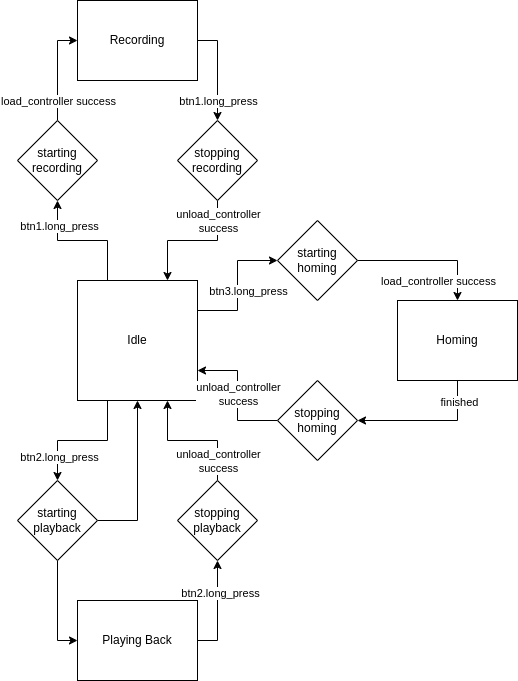
jellehierck/nakama_franka_ros2_cpp keeps this draw.io diagram as nakama_franka_interaction_buttons/state machine.drawio.png. Above is the earlier version. Source tidied: cells renumbered, new cells last; positions are measured from the earlier drawing's top-left corner, leaving out a move shared by most shapes.
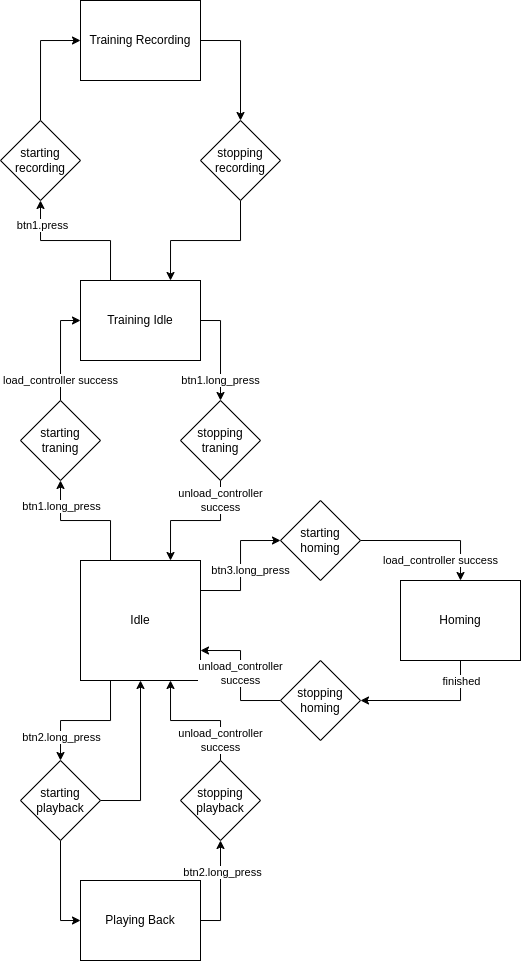
The same file after the commit.

Commit message:
Added state machine(ish) to bag recorder manager

Diff of the diagram source:
```diff
@@ -33,7 +33,13 @@
         <mxPoint y="17" as="offset" />
       </mxGeometry>
     </mxCell>
+    <mxCell id="36" style="edgeStyle=orthogonalEdgeStyle;rounded=0;jettySize=auto;html=1;exitX=0.25;exitY=0;exitDx=0;exitDy=0;entryX=0.5;entryY=1;entryDx=0;entryDy=0;" parent="1" edge="1" source="11" target="41">
+      <mxGeometry relative="1" as="geometry" />
+    </mxCell>
+    <mxCell id="37" value="btn1.press" style="edgeLabel;html=1;align=center;verticalAlign=middle;" parent="36" vertex="1">
+      <mxGeometry x="0.67" y="-2" relative="1" as="geometry" />
+    </mxCell>
-    <mxCell id="11" value="Recording" style="rounded=0;whiteSpace=wrap;html=1;" parent="1" vertex="1">
+    <mxCell id="11" value="Training Idle" style="rounded=0;whiteSpace=wrap;html=1;" parent="1" vertex="1">
       <mxGeometry x="60" width="120" height="80" as="geometry" />
     </mxCell>
     <mxCell id="12" style="edgeStyle=orthogonalEdgeStyle;rounded=0;jettySize=auto;html=1;exitX=0.5;exitY=1;exitDx=0;exitDy=0;entryX=1;entryY=0.5;entryDx=0;entryDy=0;" parent="1" edge="1" source="14" target="35">
@@ -62,7 +68,7 @@
         <mxPoint x="-5" as="offset" />
       </mxGeometry>
     </mxCell>
-    <mxCell id="20" value="starting&lt;div&gt;recording&lt;/div&gt;" style="rhombus;whiteSpace=wrap;html=1;" parent="1" vertex="1">
+    <mxCell id="20" value="starting&lt;div&gt;traning&lt;/div&gt;" style="rhombus;whiteSpace=wrap;html=1;" parent="1" vertex="1">
       <mxGeometry y="120" width="80" height="80" as="geometry" />
     </mxCell>
     <mxCell id="21" style="edgeStyle=orthogonalEdgeStyle;rounded=0;jettySize=auto;html=1;exitX=0.5;exitY=1;exitDx=0;exitDy=0;entryX=0.75;entryY=0;entryDx=0;entryDy=0;" parent="1" edge="1" source="23" target="8">
@@ -73,7 +79,7 @@
         <mxPoint x="1" y="8" as="offset" />
       </mxGeometry>
     </mxCell>
-    <mxCell id="23" value="stopping&lt;div&gt;recording&lt;/div&gt;" style="rhombus;whiteSpace=wrap;html=1;" parent="1" vertex="1">
+    <mxCell id="23" value="stopping&lt;div&gt;traning&lt;/div&gt;" style="rhombus;whiteSpace=wrap;html=1;" parent="1" vertex="1">
       <mxGeometry x="160" y="120" width="80" height="80" as="geometry" />
     </mxCell>
     <mxCell id="24" style="edgeStyle=orthogonalEdgeStyle;rounded=0;jettySize=auto;html=1;exitX=0.5;exitY=1;exitDx=0;exitDy=0;entryX=0;entryY=0.5;entryDx=0;entryDy=0;" parent="1" edge="1" source="26" target="17">
@@ -118,5 +124,23 @@
     <mxCell id="35" value="stopping&lt;div&gt;homing&lt;/div&gt;" style="rhombus;whiteSpace=wrap;html=1;" parent="1" vertex="1">
       <mxGeometry x="260" y="380" width="80" height="80" as="geometry" />
     </mxCell>
+    <mxCell id="38" style="edgeStyle=orthogonalEdgeStyle;rounded=0;jettySize=auto;html=1;exitX=1;exitY=0.5;exitDx=0;exitDy=0;entryX=0.5;entryY=0;entryDx=0;entryDy=0;" parent="1" edge="1" source="39" target="43">
+      <mxGeometry relative="1" as="geometry" />
+    </mxCell>
+    <mxCell id="39" value="Training Recording" style="rounded=0;whiteSpace=wrap;html=1;" parent="1" vertex="1">
+      <mxGeometry x="60" y="-280" width="120" height="80" as="geometry" />
+    </mxCell>
+    <mxCell id="40" style="edgeStyle=orthogonalEdgeStyle;rounded=0;jettySize=auto;html=1;exitX=0.5;exitY=0;exitDx=0;exitDy=0;entryX=0;entryY=0.5;entryDx=0;entryDy=0;" parent="1" edge="1" source="41" target="39">
+      <mxGeometry relative="1" as="geometry" />
+    </mxCell>
+    <mxCell id="41" value="starting&lt;div&gt;recording&lt;/div&gt;" style="rhombus;whiteSpace=wrap;html=1;" parent="1" vertex="1">
+      <mxGeometry x="-20" y="-160" width="80" height="80" as="geometry" />
+    </mxCell>
+    <mxCell id="42" style="edgeStyle=orthogonalEdgeStyle;rounded=0;jettySize=auto;html=1;exitX=0.5;exitY=1;exitDx=0;exitDy=0;entryX=0.75;entryY=0;entryDx=0;entryDy=0;" parent="1" edge="1" source="43" target="11">
+      <mxGeometry relative="1" as="geometry" />
+    </mxCell>
+    <mxCell id="43" value="stopping&lt;div&gt;recording&lt;/div&gt;" style="rhombus;whiteSpace=wrap;html=1;" parent="1" vertex="1">
+      <mxGeometry x="180" y="-160" width="80" height="80" as="geometry" />
+    </mxCell>
   </root>
 </mxGraphModel>
```
